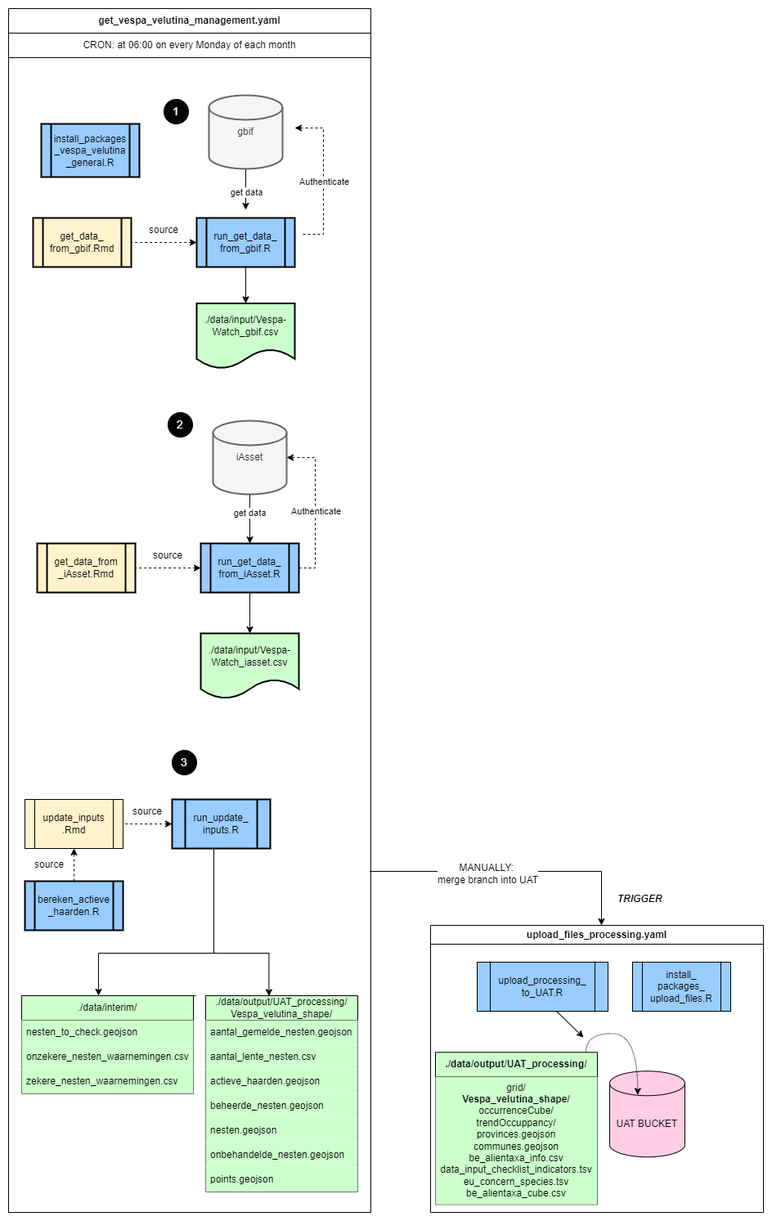
This is docs/aspbo_flows-Vespa velutina management.drawio.png from inbo/aspbo, a draw.io export, as it was before one commit. Source tidied: cells renumbered, new cells last; positions are measured from the earlier drawing's top-left corner, leaving out a move shared by most shapes.
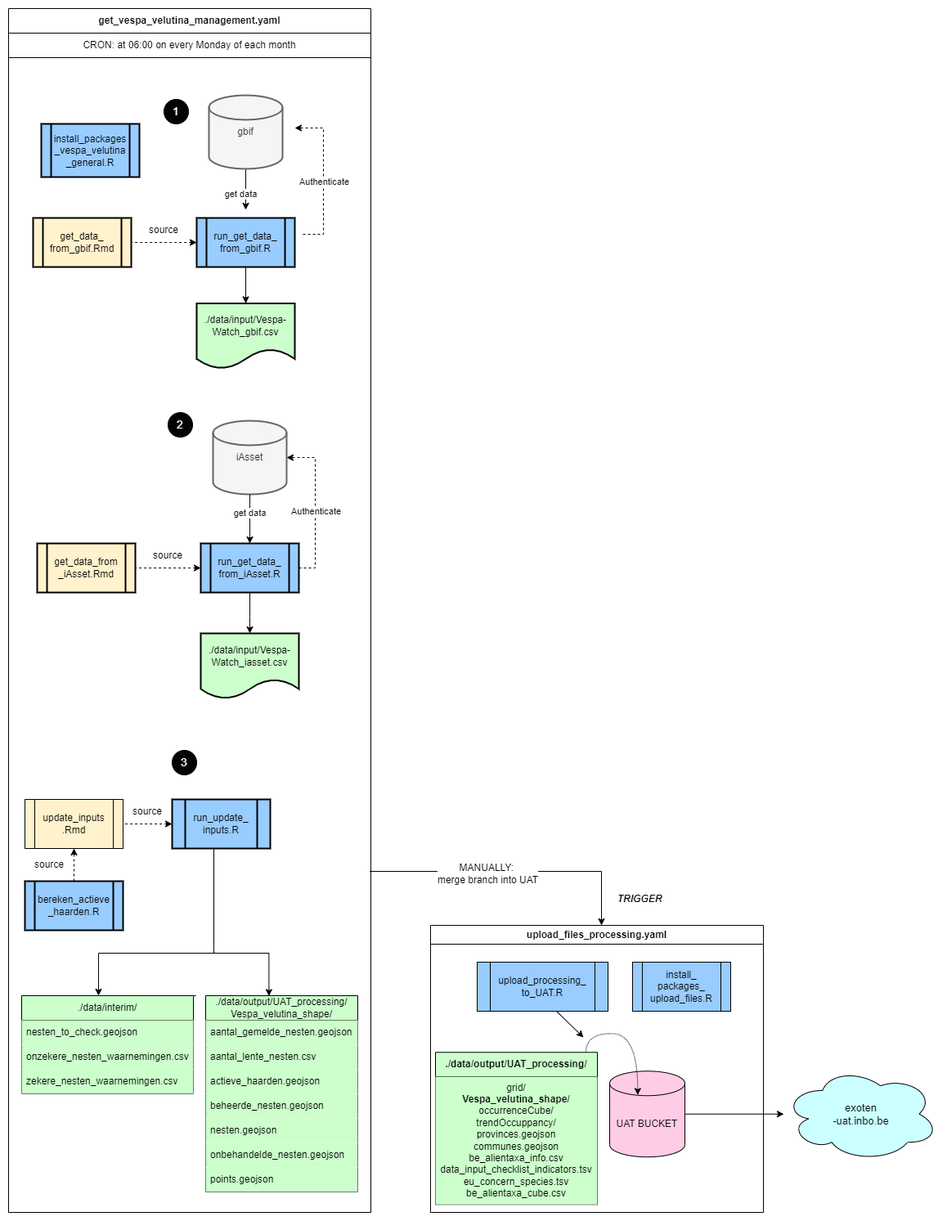
Above is the later version.

Change to the diagram source:
```diff
@@ -47,7 +47,7 @@
     </mxCell>
     <mxCell id="13" value="get data" style="edgeLabel;html=1;align=center;verticalAlign=middle;" parent="2" vertex="1">
       <mxGeometry x="300" y="226" as="geometry">
-        <mxPoint x="-10" y="-2" as="offset" />
+        <mxPoint x="-17" as="offset" />
       </mxGeometry>
     </mxCell>
     <mxCell id="14" value="install_packages&lt;div&gt;_&lt;span style=&quot;background-color: initial;&quot;&gt;vespa_velutina&lt;/span&gt;&lt;/div&gt;&lt;div&gt;&lt;span style=&quot;background-color: initial;&quot;&gt;_general&lt;/span&gt;&lt;span style=&quot;background-color: initial;&quot;&gt;.R&lt;/span&gt;&lt;/div&gt;" style="shape=process;whiteSpace=wrap;html=1;backgroundOutline=1;fillColor=#99CCFF;strokeWidth=2;" parent="2" vertex="1">
@@ -240,5 +240,11 @@
     <mxCell id="62" value="&lt;font style=&quot;font-size: 12px;&quot;&gt;MANUALLY:&amp;nbsp;&lt;/font&gt;&lt;div style=&quot;font-size: 12px;&quot;&gt;&lt;font style=&quot;font-size: 12px;&quot;&gt;merge branch into UAT&lt;/font&gt;&lt;/div&gt;" style="edgeLabel;html=1;align=center;verticalAlign=middle;" parent="1" vertex="1">
       <mxGeometry x="585" y="1057" as="geometry" />
     </mxCell>
+    <mxCell id="63" style="edgeStyle=orthogonalEdgeStyle;rounded=0;jettySize=auto;html=1;exitX=1;exitY=0.5;exitDx=0;exitDy=0;exitPerimeter=0;" parent="1" edge="1" source="55" target="64">
+      <mxGeometry relative="1" as="geometry" />
+    </mxCell>
+    <mxCell id="64" value="&lt;font style=&quot;font-size: 13px;&quot;&gt;exoten&lt;/font&gt;&lt;div style=&quot;font-size: 13px;&quot;&gt;&lt;font style=&quot;font-size: 13px;&quot;&gt;-uat.inbo.be&lt;/font&gt;&lt;/div&gt;" style="ellipse;shape=cloud;whiteSpace=wrap;html=1;fillColor=#CCFFFF;" parent="1" vertex="1">
+      <mxGeometry x="948" y="1294.2" width="189" height="115" as="geometry" />
+    </mxCell>
   </root>
 </mxGraphModel>
```
